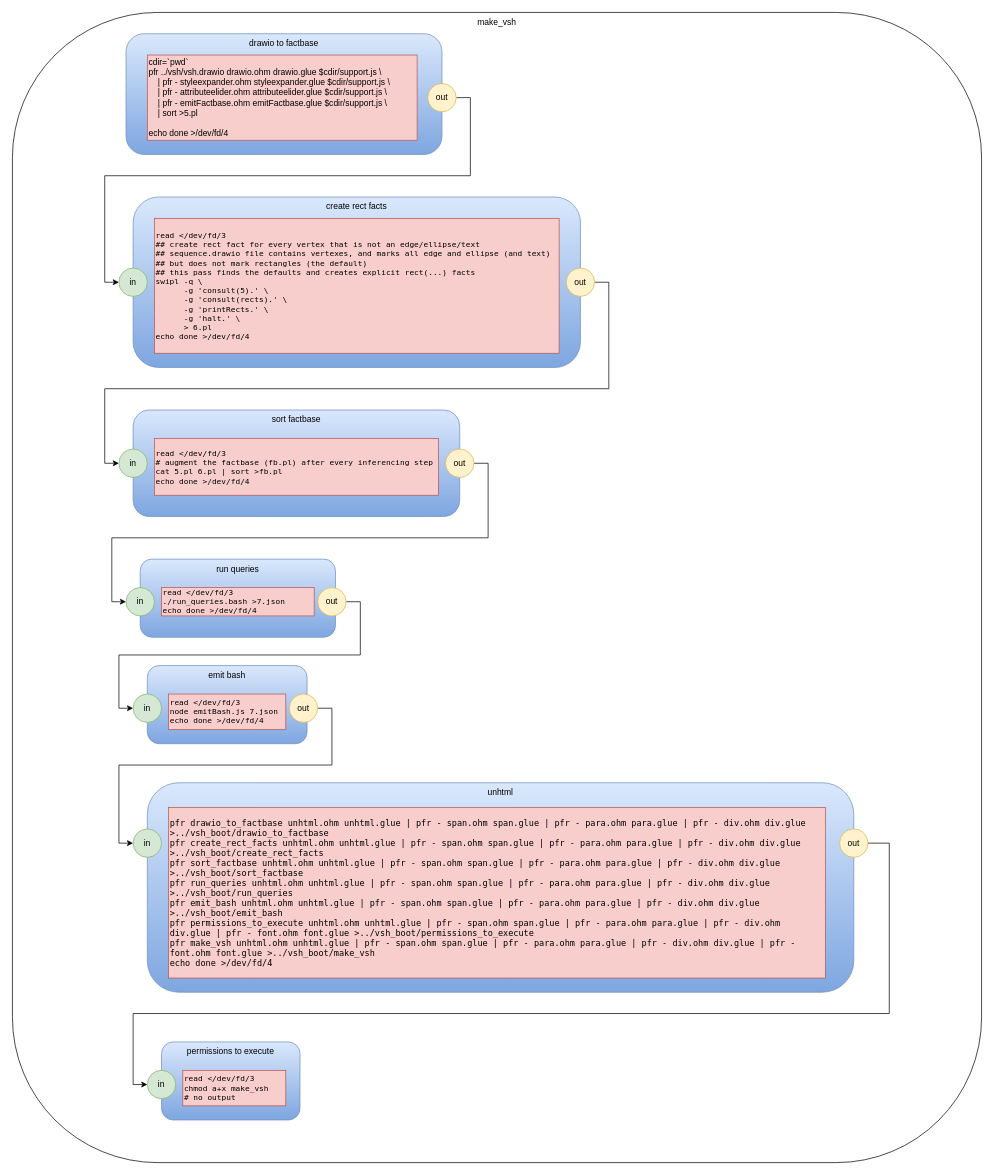
The draw.io diagram vsh.drawio in guitarvydas/vsh, before the edit. Source tidied: cells renumbered, new cells numbered last; positions are measured from the earlier drawing's top-left corner, leaving out a move shared by most shapes. Both pictures are drawn from the tidied source at 71%, with x=0, y=0 at pixel (12, 12).
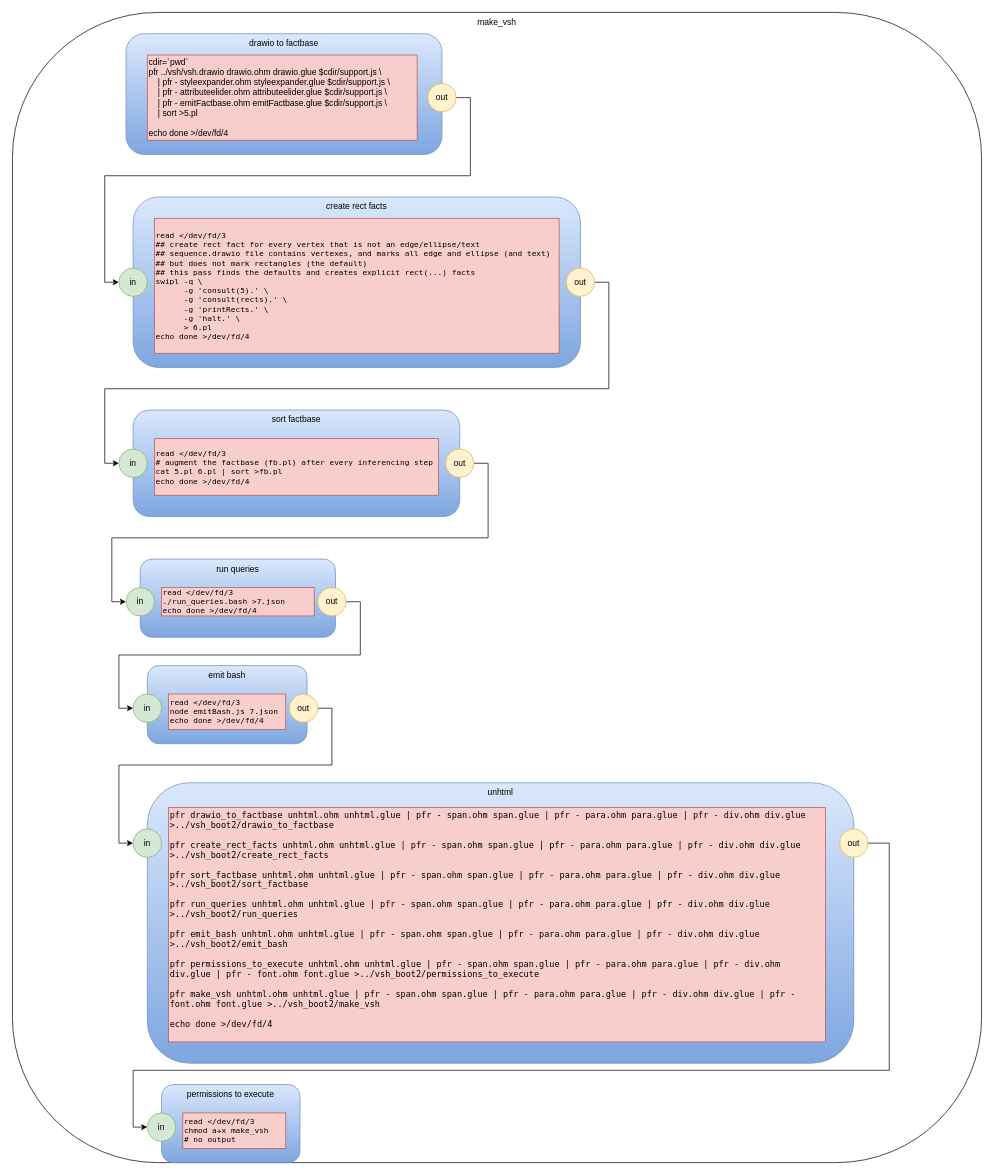
The same diagram, later.

The change refers to these unchanged cells:
```xml
<mxCell id="34" value="out" style="ellipse;whiteSpace=wrap;html=1;fillColor=#fff2cc;strokeColor=#d6b656;" parent="1" vertex="1">
  <mxGeometry x="1165" y="1150" width="40" height="40" as="geometry" />
</mxCell>
```

Diff of the diagram source:
```diff
@@
     <mxCell id="27" value="unhtml" style="rounded=1;whiteSpace=wrap;html=1;gradientColor=#7ea6e0;fillColor=#dae8fc;strokeColor=#6c8ebf;verticalAlign=top;" parent="1" vertex="1">
-      <mxGeometry x="190" y="1085" width="995" height="295" as="geometry" />
+      <mxGeometry x="190" y="1085" width="995" height="395" as="geometry" />
     </mxCell>
@@
-    <mxCell id="29" value="&lt;p class=&quot;p1&quot; style=&quot;margin: 0px ; font-stretch: normal ; line-height: normal ; font-family: &amp;#34;menlo&amp;#34;&quot;&gt;&lt;span class=&quot;s1&quot;&gt;&lt;font style=&quot;font-size: 12px&quot;&gt;pfr drawio_to_factbase unhtml.ohm unhtml.glue | pfr - span.ohm span.glue | pfr - para.ohm para.glue | pfr - div.ohm div.glue &amp;gt;../vsh_boot/drawio_to_factbase&lt;/font&gt;&lt;/span&gt;&lt;/p&gt;&lt;p class=&quot;p1&quot; style=&quot;margin: 0px ; font-stretch: normal ; line-height: normal ; font-family: &amp;#34;menlo&amp;#34;&quot;&gt;&lt;span class=&quot;s1&quot;&gt;&lt;font style=&quot;font-size: 12px&quot;&gt;pfr create_rect_facts unhtml.ohm unhtml.glue | pfr - span.ohm span.glue | pfr - para.ohm para.glue | pfr - div.ohm div.glue &amp;gt;../vsh_boot/create_rect_facts&lt;/font&gt;&lt;/span&gt;&lt;/p&gt;&lt;p class=&quot;p1&quot; style=&quot;margin: 0px ; font-stretch: normal ; line-height: normal ; font-family: &amp;#34;menlo&amp;#34;&quot;&gt;&lt;span class=&quot;s1&quot;&gt;&lt;font style=&quot;font-size: 12px&quot;&gt;pfr sort_factbase unhtml.ohm unhtml.glue | pfr - span.ohm span.glue | pfr - para.ohm para.glue | pfr - div.ohm div.glue &amp;gt;../vsh_boot/sort_factbase&lt;/font&gt;&lt;/span&gt;&lt;/p&gt;&lt;p class=&quot;p1&quot; style=&quot;margin: 0px ; font-stretch: normal ; line-height: normal ; font-family: &amp;#34;menlo&amp;#34;&quot;&gt;&lt;span class=&quot;s1&quot;&gt;&lt;font style=&quot;font-size: 12px&quot;&gt;pfr run_queries unhtml.ohm unhtml.glue | pfr - span.ohm span.glue | pfr - para.ohm para.glue | pfr - div.ohm div.glue &amp;gt;../vsh_boot/run_queries&lt;/font&gt;&lt;/span&gt;&lt;/p&gt;&lt;p class=&quot;p1&quot; style=&quot;margin: 0px ; font-stretch: normal ; line-height: normal ; font-family: &amp;#34;menlo&amp;#34;&quot;&gt;&lt;span class=&quot;s1&quot;&gt;&lt;font style=&quot;font-size: 12px&quot;&gt;pfr emit_bash unhtml.ohm unhtml.glue | pfr - span.ohm span.glue | pfr - para.ohm para.glue | pfr - div.ohm div.glue &amp;gt;../vsh_boot/emit_bash&lt;/font&gt;&lt;/span&gt;&lt;/p&gt;&lt;p class=&quot;p1&quot; style=&quot;margin: 0px ; font-stretch: normal ; line-height: normal ; font-family: &amp;#34;menlo&amp;#34;&quot;&gt;&lt;span class=&quot;s1&quot;&gt;&lt;font style=&quot;font-size: 12px&quot;&gt;pfr permissions_to_execute unhtml.ohm unhtml.glue | pfr - span.ohm span.glue | pfr - para.ohm para.glue | pfr - div.ohm div.glue | pfr - font.ohm font.glue &amp;gt;../vsh_boot/permissions_to_execute&lt;/font&gt;&lt;/span&gt;&lt;/p&gt;&lt;p class=&quot;p1&quot; style=&quot;margin: 0px ; font-stretch: normal ; line-height: normal ; font-family: &amp;#34;menlo&amp;#34;&quot;&gt;&lt;span class=&quot;s1&quot;&gt;&lt;font style=&quot;font-size: 12px&quot;&gt;pfr make_vsh unhtml.ohm unhtml.glue | pfr - span.ohm span.glue | pfr - para.ohm para.glue | pfr - div.ohm div.glue | pfr - font.ohm font.glue &amp;gt;../vsh_boot/make_vsh&lt;/font&gt;&lt;/span&gt;&lt;/p&gt;&lt;p class=&quot;p1&quot; style=&quot;margin: 0px ; font-stretch: normal ; line-height: normal ; font-family: &amp;#34;menlo&amp;#34;&quot;&gt;&lt;span class=&quot;s1&quot;&gt;&lt;font style=&quot;font-size: 12px&quot;&gt;echo done &amp;gt;/dev/fd/4&lt;/font&gt;&lt;/span&gt;&lt;/p&gt;" style="rounded=0;whiteSpace=wrap;html=1;fillColor=#f8cecc;strokeColor=#b85450;align=left;" parent="1" vertex="1">
-      <mxGeometry x="220" y="1120" width="925" height="240" as="geometry" />
+    <mxCell id="29" value="&lt;p class=&quot;p1&quot; style=&quot;margin: 0px ; font-stretch: normal ; line-height: normal&quot;&gt;&lt;font face=&quot;menlo&quot;&gt;pfr drawio_to_factbase unhtml.ohm unhtml.glue | pfr - span.ohm span.glue | pfr - para.ohm para.glue | pfr - div.ohm div.glue &amp;gt;../vsh_boot2/drawio_to_factbase&lt;/font&gt;&lt;/p&gt;&lt;p class=&quot;p1&quot; style=&quot;margin: 0px ; font-stretch: normal ; line-height: normal&quot;&gt;&lt;font face=&quot;menlo&quot;&gt;&lt;br&gt;&lt;/font&gt;&lt;/p&gt;&lt;p class=&quot;p1&quot; style=&quot;margin: 0px ; font-stretch: normal ; line-height: normal&quot;&gt;&lt;font face=&quot;menlo&quot;&gt;pfr create_rect_facts unhtml.ohm unhtml.glue | pfr - span.ohm span.glue | pfr - para.ohm para.glue | pfr - div.ohm div.glue &amp;gt;../vsh_boot2/create_rect_facts&lt;/font&gt;&lt;/p&gt;&lt;p class=&quot;p1&quot; style=&quot;margin: 0px ; font-stretch: normal ; line-height: normal&quot;&gt;&lt;font face=&quot;menlo&quot;&gt;&lt;br&gt;&lt;/font&gt;&lt;/p&gt;&lt;p class=&quot;p1&quot; style=&quot;margin: 0px ; font-stretch: normal ; line-height: normal&quot;&gt;&lt;font face=&quot;menlo&quot;&gt;pfr sort_factbase unhtml.ohm unhtml.glue | pfr - span.ohm span.glue | pfr - para.ohm para.glue | pfr - div.ohm div.glue &amp;gt;../vsh_boot2/sort_factbase&lt;/font&gt;&lt;/p&gt;&lt;p class=&quot;p1&quot; style=&quot;margin: 0px ; font-stretch: normal ; line-height: normal&quot;&gt;&lt;font face=&quot;menlo&quot;&gt;&lt;br&gt;&lt;/font&gt;&lt;/p&gt;&lt;p class=&quot;p1&quot; style=&quot;margin: 0px ; font-stretch: normal ; line-height: normal&quot;&gt;&lt;font face=&quot;menlo&quot;&gt;pfr run_queries unhtml.ohm unhtml.glue | pfr - span.ohm span.glue | pfr - para.ohm para.glue | pfr - div.ohm div.glue &amp;gt;../vsh_boot2/run_queries&lt;/font&gt;&lt;/p&gt;&lt;p class=&quot;p1&quot; style=&quot;margin: 0px ; font-stretch: normal ; line-height: normal&quot;&gt;&lt;font face=&quot;menlo&quot;&gt;&lt;br&gt;&lt;/font&gt;&lt;/p&gt;&lt;p class=&quot;p1&quot; style=&quot;margin: 0px ; font-stretch: normal ; line-height: normal&quot;&gt;&lt;font face=&quot;menlo&quot;&gt;pfr emit_bash unhtml.ohm unhtml.glue | pfr - span.ohm span.glue | pfr - para.ohm para.glue | pfr - div.ohm div.glue &amp;gt;../vsh_boot2/emit_bash&lt;/font&gt;&lt;/p&gt;&lt;p class=&quot;p1&quot; style=&quot;margin: 0px ; font-stretch: normal ; line-height: normal&quot;&gt;&lt;font face=&quot;menlo&quot;&gt;&lt;br&gt;&lt;/font&gt;&lt;/p&gt;&lt;p class=&quot;p1&quot; style=&quot;margin: 0px ; font-stretch: normal ; line-height: normal&quot;&gt;&lt;font face=&quot;menlo&quot;&gt;pfr permissions_to_execute unhtml.ohm unhtml.glue | pfr - span.ohm span.glue | pfr - para.ohm para.glue | pfr - div.ohm div.glue | pfr - font.ohm font.glue &amp;gt;../vsh_boot2/permissions_to_execute&lt;/font&gt;&lt;/p&gt;&lt;p class=&quot;p1&quot; style=&quot;margin: 0px ; font-stretch: normal ; line-height: normal&quot;&gt;&lt;font face=&quot;menlo&quot;&gt;&lt;br&gt;&lt;/font&gt;&lt;/p&gt;&lt;p class=&quot;p1&quot; style=&quot;margin: 0px ; font-stretch: normal ; line-height: normal&quot;&gt;&lt;font face=&quot;menlo&quot;&gt;pfr make_vsh unhtml.ohm unhtml.glue | pfr - span.ohm span.glue | pfr - para.ohm para.glue | pfr - div.ohm div.glue | pfr - font.ohm font.glue &amp;gt;../vsh_boot2/make_vsh&lt;/font&gt;&lt;/p&gt;&lt;p class=&quot;p1&quot; style=&quot;margin: 0px ; font-stretch: normal ; line-height: normal&quot;&gt;&lt;font face=&quot;menlo&quot;&gt;&lt;br&gt;&lt;/font&gt;&lt;/p&gt;&lt;p class=&quot;p1&quot; style=&quot;margin: 0px ; font-stretch: normal ; line-height: normal&quot;&gt;&lt;font face=&quot;menlo&quot;&gt;echo done &amp;gt;/dev/fd/4&lt;/font&gt;&lt;/p&gt;&lt;div&gt;&lt;br&gt;&lt;/div&gt;" style="rounded=0;whiteSpace=wrap;html=1;fillColor=#f8cecc;strokeColor=#b85450;align=left;" parent="1" vertex="1">
+      <mxGeometry x="220" y="1120" width="925" height="330" as="geometry" />
     </mxCell>
     <mxCell id="30" value="permissions to execute" style="rounded=1;whiteSpace=wrap;html=1;gradientColor=#7ea6e0;fillColor=#dae8fc;strokeColor=#6c8ebf;verticalAlign=top;" parent="1" vertex="1">
-      <mxGeometry x="210" y="1450" width="195" height="110" as="geometry" />
+      <mxGeometry x="210" y="1510" width="195" height="110" as="geometry" />
     </mxCell>
     <mxCell id="31" value="in" style="ellipse;whiteSpace=wrap;html=1;fillColor=#d5e8d4;strokeColor=#82b366;" parent="1" vertex="1">
-      <mxGeometry x="190" y="1490" width="40" height="40" as="geometry" />
+      <mxGeometry x="190" y="1550" width="40" height="40" as="geometry" />
     </mxCell>
     <mxCell id="32" value="&lt;p class=&quot;p1&quot; style=&quot;margin: 0px ; font-stretch: normal ; font-size: 11px ; line-height: normal ; font-family: &amp;#34;menlo&amp;#34;&quot;&gt;&lt;span class=&quot;s1&quot;&gt;read &amp;lt;/dev/fd/3&lt;/span&gt;&lt;/p&gt;&lt;p class=&quot;p1&quot; style=&quot;margin: 0px ; font-stretch: normal ; font-size: 11px ; line-height: normal ; font-family: &amp;#34;menlo&amp;#34;&quot;&gt;&lt;span class=&quot;s1&quot;&gt;chmod a+x make_vsh&lt;/span&gt;&lt;/p&gt;&lt;p class=&quot;p1&quot; style=&quot;margin: 0px ; font-stretch: normal ; font-size: 11px ; line-height: normal ; font-family: &amp;#34;menlo&amp;#34;&quot;&gt;&lt;span class=&quot;s1&quot;&gt;# no output&lt;/span&gt;&lt;/p&gt;" style="rounded=0;whiteSpace=wrap;html=1;fillColor=#f8cecc;strokeColor=#b85450;align=left;" parent="1" vertex="1">
-      <mxGeometry x="240" y="1490" width="145" height="50" as="geometry" />
+      <mxGeometry x="240" y="1550" width="145" height="50" as="geometry" />
     </mxCell>
     <mxCell id="33" style="edgeStyle=orthogonalEdgeStyle;rounded=0;jettySize=auto;html=1;entryX=0;entryY=0.5;entryDx=0;entryDy=0;" parent="1" edge="1" source="34" target="31">
       <mxGeometry relative="1" as="geometry">
         <Array as="points">
           <mxPoint x="1235" y="1170" />
-          <mxPoint x="1235" y="1410" />
-          <mxPoint x="170" y="1410" />
-          <mxPoint x="170" y="1510" />
+          <mxPoint x="1235" y="1490" />
+          <mxPoint x="170" y="1490" />
+          <mxPoint x="170" y="1570" />
         </Array>
       </mxGeometry>
     </mxCell>
```
